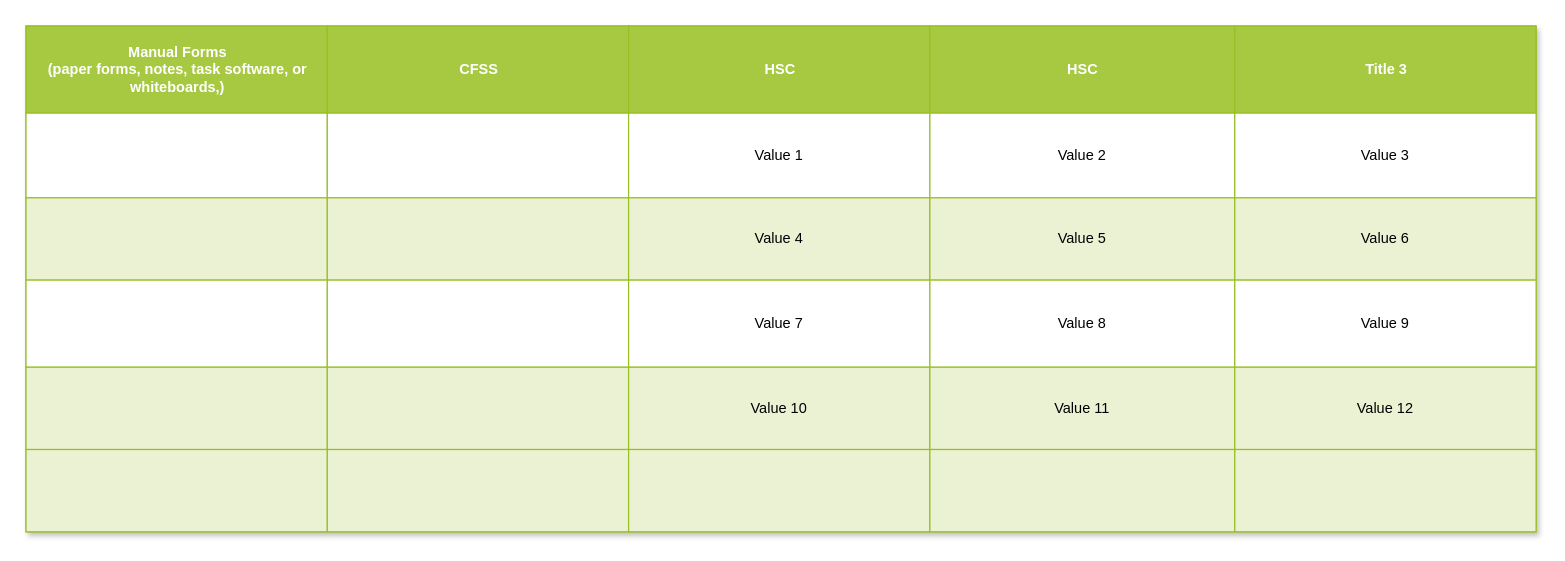
Above: page "Page-12" (12 of 12) of Untitled Diagram.drawio in Buddhika-Pathirathna/DiagramsRepo (draw.io), before the change. Source tidied: cells renumbered, new cells numbered last; positions are measured from the earlier drawing's top-left corner, leaving out a move shared by most shapes. Both pictures are drawn from the tidied source at 121%, with x=0, y=0 at pixel (25, 25).
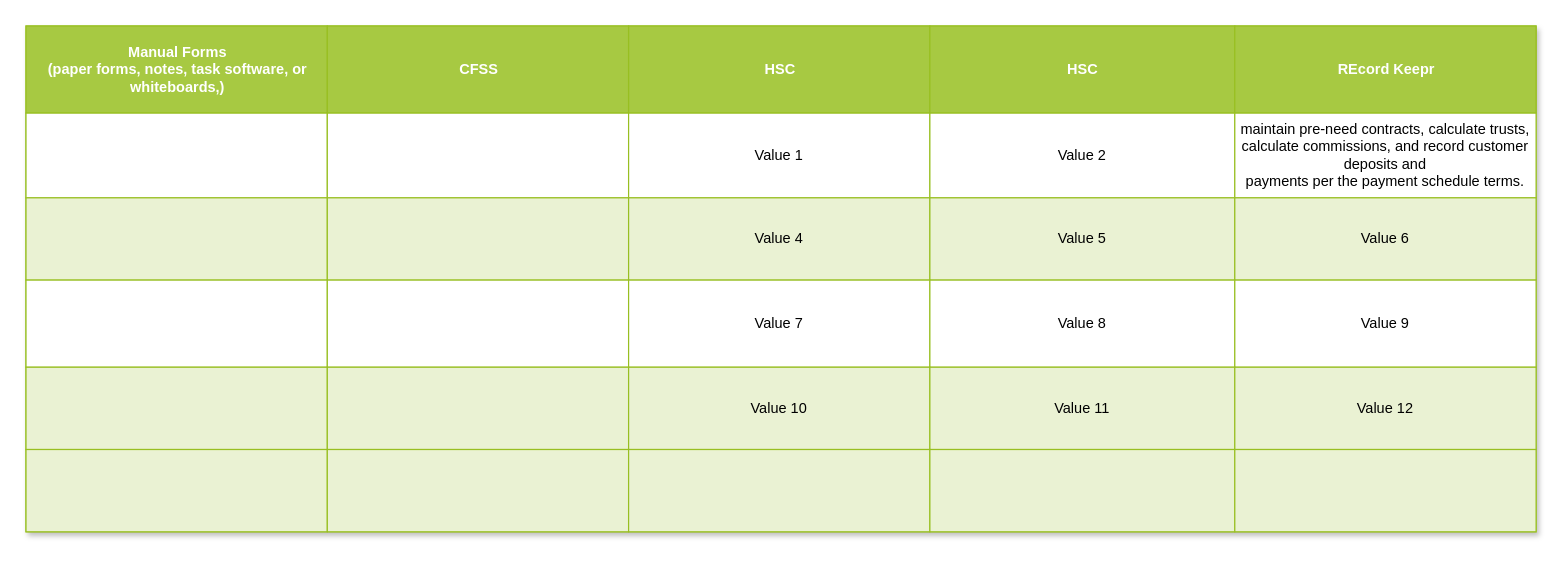
The same diagram, later.

The change refers to these unchanged cells:
```xml
<mxCell id="3" style="shape=tableRow;horizontal=0;startSize=0;swimlaneHead=0;swimlaneBody=0;top=0;left=0;bottom=0;right=0;fontStyle=0;strokeColor=inherit;fillColor=#ffffff;" parent="2" vertex="1">
  <mxGeometry width="1248" height="72" as="geometry" />
</mxCell>
<mxCell id="9" style="shape=tableRow;horizontal=0;startSize=0;swimlaneHead=0;swimlaneBody=0;top=0;left=0;bottom=0;right=0;fontStyle=0;strokeColor=inherit;fillColor=#ffffff;" parent="2" vertex="1">
  <mxGeometry y="72" width="1248" height="70" as="geometry" />
</mxCell>
```

What changed in the source:
```diff
@@
-    <mxCell id="8" value="Title 3" style="strokeColor=inherit;fillColor=#A7C942;align=center;fontStyle=1;fontColor=#FFFFFF;html=1;" parent="3" vertex="1">
+    <mxCell id="8" value="REcord Keepr" style="strokeColor=inherit;fillColor=#A7C942;align=center;fontStyle=1;fontColor=#FFFFFF;html=1;" parent="3" vertex="1">
       <mxGeometry x="999" width="249" height="72" as="geometry" />
     </mxCell>
@@
-    <mxCell id="14" value="Value 3" style="strokeColor=inherit;fillColor=inherit;align=center;whiteSpace=wrap;html=1;" parent="9" vertex="1">
+    <mxCell id="14" value="&lt;div&gt;maintain pre-need contracts, calculate trusts, calculate commissions, and record customer deposits and&lt;/div&gt;&lt;div&gt;payments per the payment schedule terms.&lt;/div&gt;" style="strokeColor=inherit;fillColor=inherit;align=center;whiteSpace=wrap;html=1;" parent="9" vertex="1">
       <mxGeometry x="999" width="249" height="70" as="geometry" />
     </mxCell>
```
